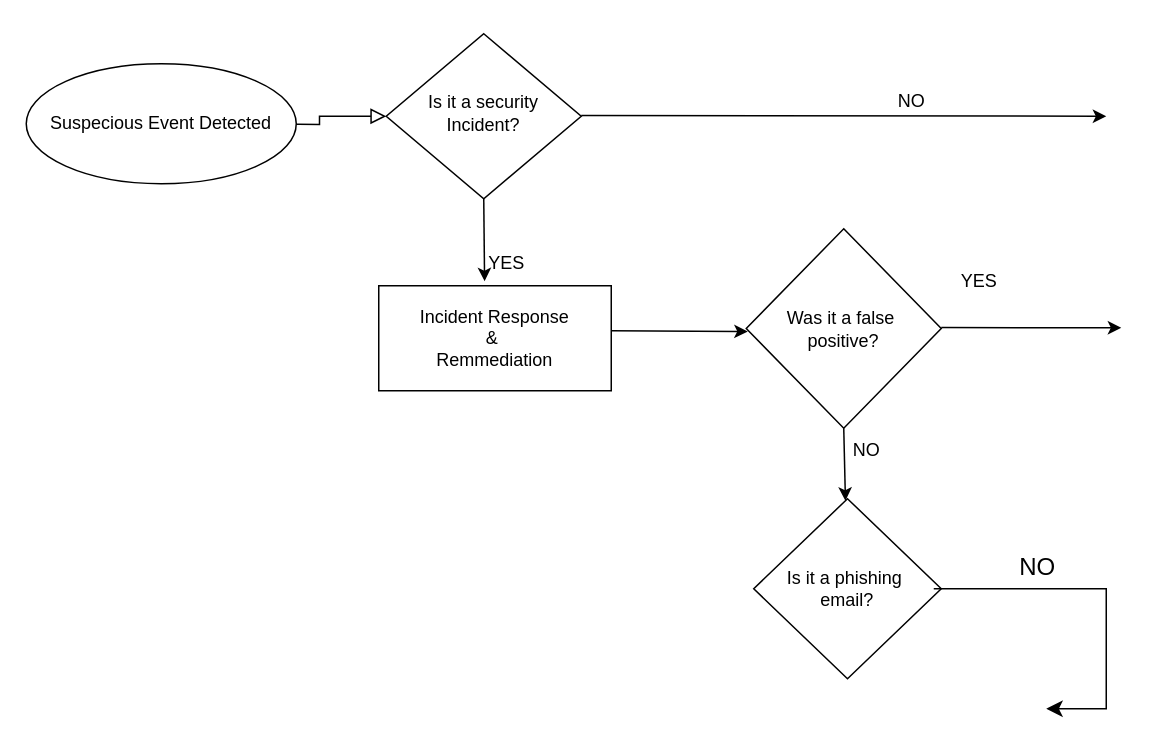
This is Untitled Diagram.drawio from Harvey-Sijenyi/Incident-Response-Plan, a draw.io file, before an edit. Source tidied: cells renumbered, new cells numbered last; positions are measured from the earlier drawing's top-left corner, leaving out a move shared by most shapes. Both pictures are drawn from the tidied source at 150%, with x=0, y=0 at pixel (26, 33).
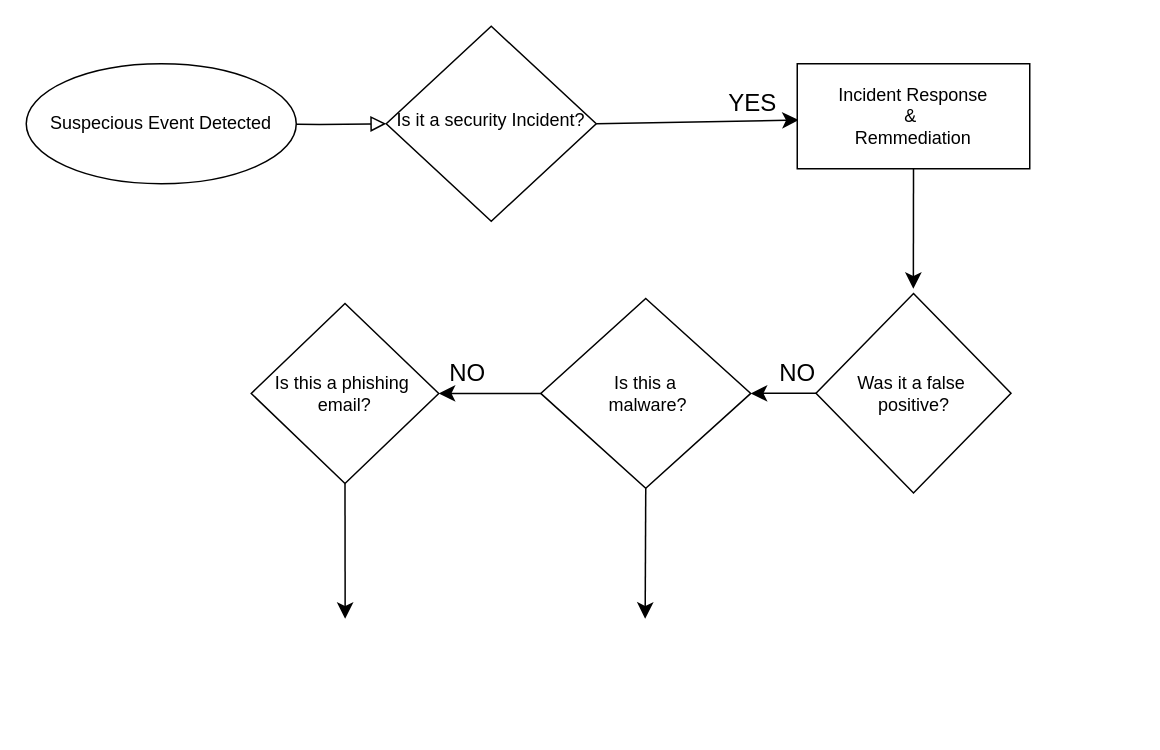
Above is the later version.

The edit, as a diff of the source:
```diff
@@
+    <mxCell id="19" style="edgeStyle=none;curved=1;rounded=0;jettySize=auto;html=1;exitX=1;exitY=0.5;exitDx=0;exitDy=0;fontSize=12;startSize=8;endSize=8;entryX=1.016;entryY=0.884;entryDx=0;entryDy=0;entryPerimeter=0;" parent="1" edge="1" source="3" target="26">
+      <mxGeometry relative="1" as="geometry" />
+    </mxCell>
     <mxCell id="3" value="Is it a security Incident?" style="rhombus;whiteSpace=wrap;html=1;shadow=0;fontFamily=Helvetica;fontSize=12;align=center;strokeWidth=1;spacing=6;spacingTop=-4;" parent="1" vertex="1">
-      <mxGeometry x="240" width="130" height="110" as="geometry" />
+      <mxGeometry x="240" y="-5" width="140" height="130" as="geometry" />
     </mxCell>
@@
-    <mxCell id="5" style="endArrow=classic;html=1;rounded=0;" parent="1" edge="1">
-      <mxGeometry relative="1" as="geometry">
-        <mxPoint x="370" y="54.5" as="sourcePoint" />
-        <mxPoint x="720" y="55" as="targetPoint" />
-      </mxGeometry>
-    </mxCell>
-    <mxCell id="6" style="endArrow=classic;html=1;rounded=0;exitX=0.5;exitY=1;exitDx=0;exitDy=0;entryX=0.211;entryY=0.898;entryDx=0;entryDy=0;entryPerimeter=0;" parent="1" edge="1" source="3" target="7">
-      <mxGeometry relative="1" as="geometry" />
-    </mxCell>
-    <mxCell id="7" value="YES" style="text;html=1;align=center;verticalAlign=middle;points=[];strokeColor=none;fillColor=none;" parent="1" vertex="1">
-      <mxGeometry x="295" y="138" width="50" height="30" as="geometry" />
-    </mxCell>
-    <mxCell id="8" value="NO" style="text;html=1;align=center;verticalAlign=middle;strokeColor=none;fillColor=none;" parent="1" vertex="1">
-      <mxGeometry x="570" y="30" width="40" height="30" as="geometry" />
-    </mxCell>
+    <mxCell id="20" style="edgeStyle=none;curved=1;rounded=0;jettySize=auto;html=1;exitX=0.5;exitY=1;exitDx=0;exitDy=0;fontSize=12;startSize=8;endSize=8;" parent="1" edge="1" source="9">
+      <mxGeometry relative="1" as="geometry">
+        <mxPoint x="591.4" y="170" as="targetPoint" />
+      </mxGeometry>
+    </mxCell>
     <mxCell id="9" value="Incident Response&lt;div&gt;&amp;amp;&amp;nbsp;&lt;/div&gt;&lt;div&gt;Remmediation&lt;/div&gt;" style="rounded=0;whiteSpace=wrap;html=1;" parent="1" vertex="1">
-      <mxGeometry x="235" y="168" width="155" height="70" as="geometry" />
+      <mxGeometry x="514" y="20" width="155" height="70" as="geometry" />
     </mxCell>
+    <mxCell id="21" style="edgeStyle=none;curved=1;rounded=0;jettySize=auto;html=1;exitX=0;exitY=0.5;exitDx=0;exitDy=0;fontSize=12;startSize=8;endSize=8;entryX=1;entryY=0.5;entryDx=0;entryDy=0;" parent="1" edge="1" source="10" target="25">
+      <mxGeometry relative="1" as="geometry" />
+    </mxCell>
     <mxCell id="10" value="Was it a false&amp;nbsp;&lt;div&gt;positive?&lt;/div&gt;" style="rhombus;whiteSpace=wrap;html=1;" parent="1" vertex="1">
-      <mxGeometry x="480" y="130" width="130" height="133" as="geometry" />
+      <mxGeometry x="526.5" y="173.2" width="130" height="133" as="geometry" />
     </mxCell>
-    <mxCell id="11" style="endArrow=classic;html=1;rounded=0;entryX=0;entryY=0.5;entryDx=0;entryDy=0;" parent="1" edge="1">
-      <mxGeometry relative="1" as="geometry">
-        <mxPoint x="390" y="198" as="sourcePoint" />
-        <mxPoint x="481" y="198.5" as="targetPoint" />
-      </mxGeometry>
-    </mxCell>
-    <mxCell id="12" value="YES" style="text;html=1;align=center;verticalAlign=middle;strokeColor=none;fillColor=none;" parent="1" vertex="1">
-      <mxGeometry x="610" y="150" width="50" height="30" as="geometry" />
-    </mxCell>
-    <mxCell id="13" style="endArrow=classic;html=1;rounded=0;exitX=0.5;exitY=1;exitDx=0;exitDy=0;" parent="1" edge="1" source="10" target="15">
-      <mxGeometry relative="1" as="geometry" />
-    </mxCell>
-    <mxCell id="14" value="NO" style="text;html=1;align=center;verticalAlign=middle;strokeColor=none;fillColor=none;" parent="1" vertex="1">
-      <mxGeometry x="540" y="263" width="40" height="30" as="geometry" />
-    </mxCell>
+    <mxCell id="22" style="edgeStyle=none;curved=1;rounded=0;jettySize=auto;html=1;exitX=0.5;exitY=1;exitDx=0;exitDy=0;fontSize=12;startSize=8;endSize=8;" parent="1" edge="1" source="15">
+      <mxGeometry relative="1" as="geometry">
+        <mxPoint x="212.6" y="390" as="targetPoint" />
+      </mxGeometry>
+    </mxCell>
-    <mxCell id="15" value="Is it a phishing&amp;nbsp;&lt;div&gt;email?&lt;/div&gt;" style="rhombus;whiteSpace=wrap;html=1;" parent="1" vertex="1">
-      <mxGeometry x="485" y="310" width="125" height="120" as="geometry" />
+    <mxCell id="15" value="Is this a phishing&amp;nbsp;&lt;div&gt;email?&lt;/div&gt;" style="rhombus;whiteSpace=wrap;html=1;" parent="1" vertex="1">
+      <mxGeometry x="150" y="179.8" width="125" height="120" as="geometry" />
     </mxCell>
-    <mxCell id="16" style="endArrow=classic;html=1;rounded=0;" parent="1" edge="1">
-      <mxGeometry relative="1" as="geometry">
-        <mxPoint x="610" y="195.9" as="sourcePoint" />
-        <mxPoint x="730" y="196" as="targetPoint" />
-      </mxGeometry>
-    </mxCell>
-    <mxCell id="17" style="edgeStyle=elbowEdgeStyle;elbow=horizontal;endArrow=classic;html=1;curved=0;rounded=0;endSize=8;startSize=8;fontSize=12;" parent="1" edge="1">
-      <mxGeometry relative="1" as="geometry">
-        <mxPoint x="605" y="370" as="sourcePoint" />
-        <mxPoint x="680" y="450" as="targetPoint" />
-        <Array as="points">
-          <mxPoint x="720" y="410" />
-        </Array>
-      </mxGeometry>
-    </mxCell>
-    <mxCell id="18" value="NO" style="text;html=1;align=center;verticalAlign=middle;strokeColor=none;fillColor=none;fontSize=16;" parent="1" vertex="1">
-      <mxGeometry x="649" y="340" width="50" height="30" as="geometry" />
-    </mxCell>
+    <mxCell id="23" style="edgeStyle=none;curved=1;rounded=0;jettySize=auto;html=1;exitX=0;exitY=0.5;exitDx=0;exitDy=0;entryX=1;entryY=0.5;entryDx=0;entryDy=0;fontSize=12;startSize=8;endSize=8;" parent="1" edge="1" source="25" target="15">
+      <mxGeometry relative="1" as="geometry" />
+    </mxCell>
+    <mxCell id="24" style="edgeStyle=none;curved=1;rounded=0;jettySize=auto;html=1;exitX=0.5;exitY=1;exitDx=0;exitDy=0;fontSize=12;startSize=8;endSize=8;" parent="1" edge="1" source="25">
+      <mxGeometry relative="1" as="geometry">
+        <mxPoint x="412.6" y="390" as="targetPoint" />
+      </mxGeometry>
+    </mxCell>
+    <mxCell id="25" value="Is this a&lt;div&gt;&amp;nbsp;malware?&lt;/div&gt;" style="rhombus;whiteSpace=wrap;html=1;" parent="1" vertex="1">
+      <mxGeometry x="343" y="176.5" width="140" height="126.5" as="geometry" />
+    </mxCell>
+    <mxCell id="26" value="YES" style="text;html=1;align=center;verticalAlign=middle;points=[];strokeColor=none;fillColor=none;fontSize=16;" parent="1" vertex="1">
+      <mxGeometry x="454" y="31" width="60" height="30" as="geometry" />
+    </mxCell>
+    <mxCell id="27" value="NO" style="text;html=1;align=center;verticalAlign=middle;strokeColor=none;fillColor=none;fontSize=16;" parent="1" vertex="1">
+      <mxGeometry x="489" y="211" width="50" height="30" as="geometry" />
+    </mxCell>
+    <mxCell id="28" value="NO" style="text;html=1;align=center;verticalAlign=middle;strokeColor=none;fillColor=none;fontSize=16;" parent="1" vertex="1">
+      <mxGeometry x="269" y="211" width="50" height="30" as="geometry" />
+    </mxCell>
```
